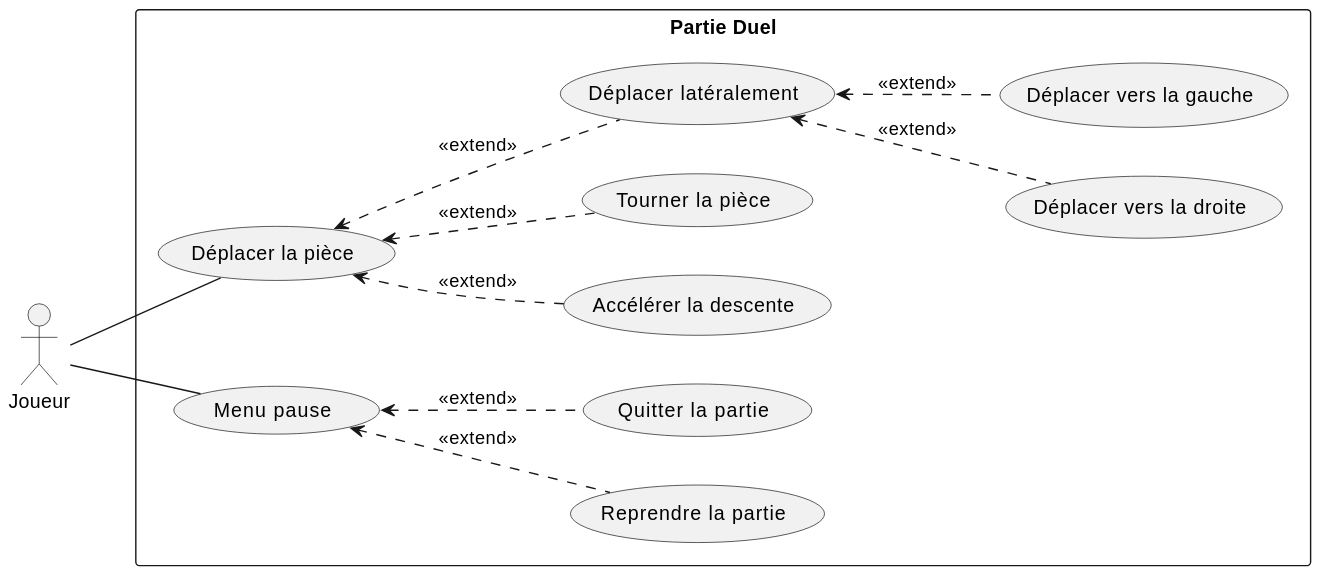
Above: SRD-DOC/uml/usescase/en-jeu/dual.svg in ulb-info2-group5/Royal-Blocks (PlantUML), before the change. The source it was exported from:
```plantuml
@startuml

left to right direction
actor Joueur as player

rectangle "Partie Duel" as game {

    usecase "Déplacer la pièce" as move_piece
    usecase "Tourner la pièce" as rotate_piece


    usecase "Déplacer latéralement" as lateral_movement
    usecase "Accélérer la descente" as increase_descent
    usecase "Déplacer vers la droite" as move_right
    usecase "Déplacer vers la gauche" as move_left

    usecase "Menu pause" as pause_menu
    usecase "Reprendre la partie" as resume_game
    usecase "Quitter la partie" as quit_game
}

player -- move_piece
player -- pause_menu

(move_piece) <-. (lateral_movement): <<extend>>
(move_piece) <-. (increase_descent): <<extend>>
(move_piece) <-. (rotate_piece): <<extend>>
(lateral_movement) <-. (move_right): <<extend>>
(lateral_movement) <-. (move_left): <<extend>>

(pause_menu) <-. (resume_game): <<extend>>
(pause_menu) <-. (quit_game): <<extend>>
@enduml
```
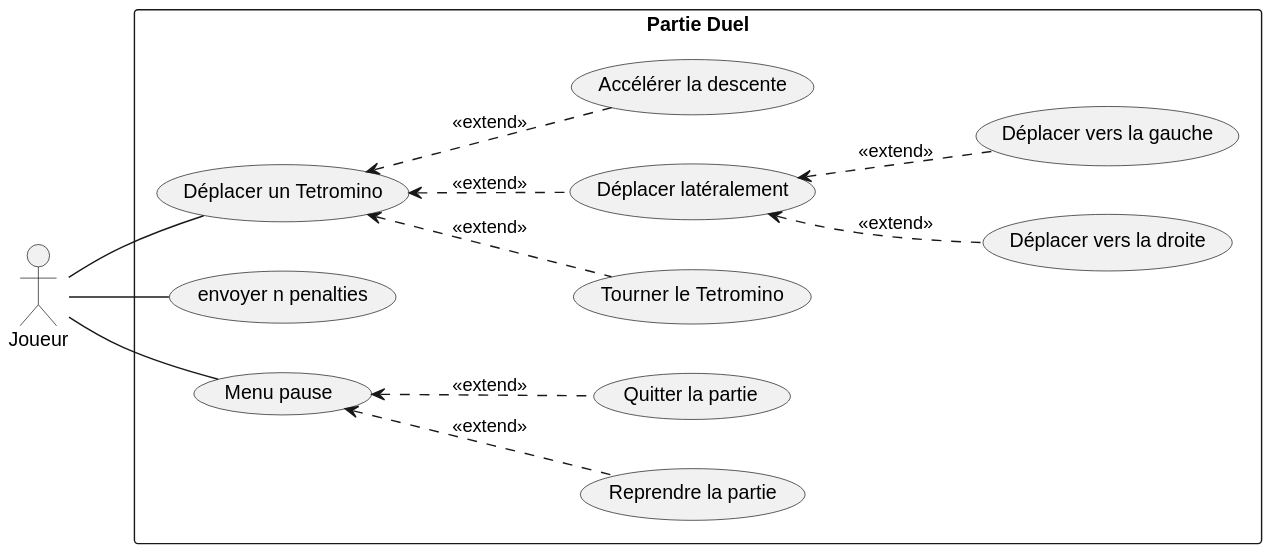
After the change.

Diff of the diagram source:
```diff
@@ -5,9 +5,10 @@
 
 rectangle "Partie Duel" as game {
 
-    usecase "Déplacer la pièce" as move_piece
-    usecase "Tourner la pièce" as rotate_piece
+    usecase "Déplacer un Tetromino" as move_piece
+    usecase "Tourner le Tetromino" as rotate_piece
 
+    usecase "envoyer n penalties" as throw_penalty
 
     usecase "Déplacer latéralement" as lateral_movement
     usecase "Accélérer la descente" as increase_descent
@@ -21,7 +22,7 @@
 
 player -- move_piece
 player -- pause_menu
-
+player -- throw_penalty
 (move_piece) <-. (lateral_movement): <<extend>>
 (move_piece) <-. (increase_descent): <<extend>>
 (move_piece) <-. (rotate_piece): <<extend>>
```
